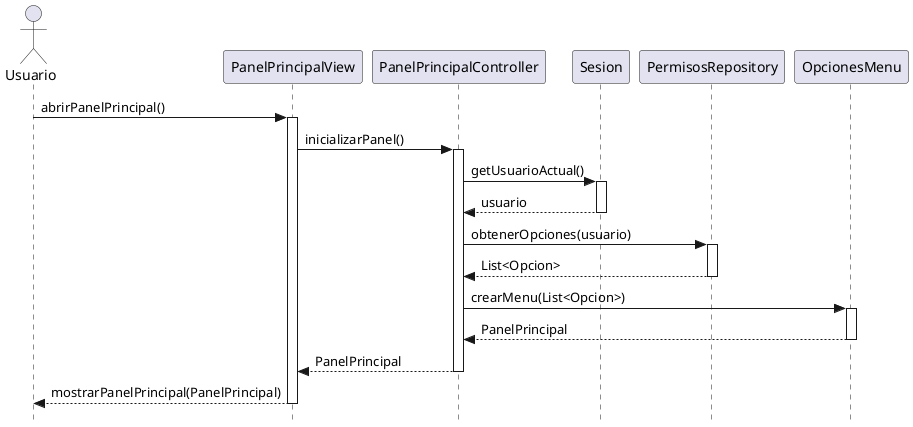
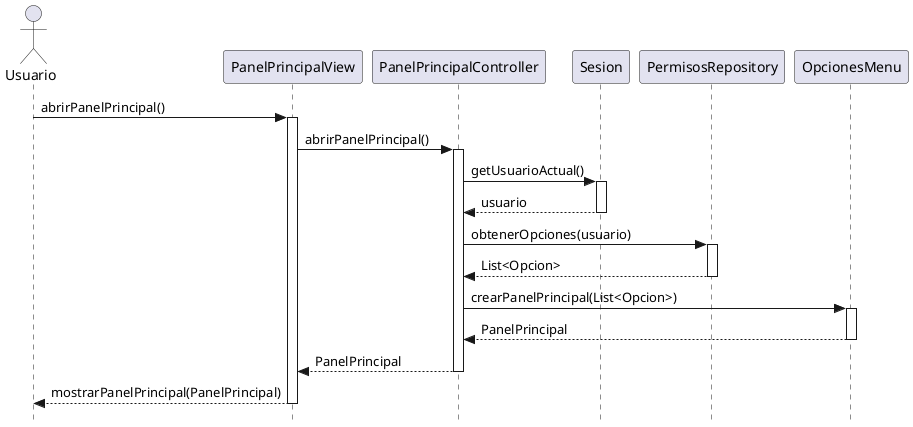
@startuml abrirPanelPrincipal-diseño
skinparam style strictuml

actor "Usuario" as user
participant "PanelPrincipalView" as view
participant "PanelPrincipalController" as controller
participant "Sesion" as sesion
participant "PermisosRepository" as repo
participant "OpcionesMenu" as menu

user -> view : abrirPanelPrincipal()
activate view
- view -> controller : inicializarPanel()
+ view -> controller : abrirPanelPrincipal()
activate controller
controller -> sesion : getUsuarioActual()
activate sesion
sesion --> controller : usuario
deactivate sesion
controller -> repo : obtenerOpciones(usuario)
activate repo
repo --> controller : List<Opcion>
deactivate repo
- controller -> menu : crearMenu(List<Opcion>)
+ controller -> menu : crearPanelPrincipal(List<Opcion>)
activate menu
menu --> controller : PanelPrincipal
deactivate menu
controller --> view : PanelPrincipal
deactivate controller
view --> user : mostrarPanelPrincipal(PanelPrincipal)
deactivate view
@enduml
